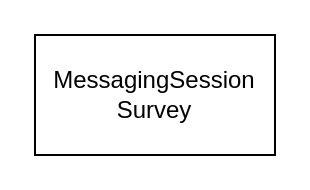
This is EPA WSP.drawio from nonate/personalProject, a draw.io file, before an edit. Source tidied: cells renumbered, new cells numbered last; positions are measured from the earlier drawing's top-left corner, leaving out a move shared by most shapes. Both pictures are drawn from the tidied source at 200%, with x=0, y=0 at pixel (34, 34).
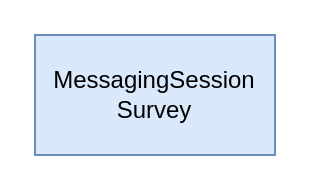
After the change.

What changed in the source:
```diff
@@
 <mxGraphModel>
   <root>
     <mxCell id="0" />
     <mxCell id="1" parent="0" />
-    <mxCell id="2" value="MessagingSession&lt;div&gt;Survey&lt;/div&gt;" style="rounded=0;whiteSpace=wrap;html=1;" parent="1" vertex="1">
+    <mxCell id="2" value="MessagingSession&lt;div&gt;Survey&lt;/div&gt;" style="rounded=0;whiteSpace=wrap;html=1;fillColor=#dae8fc;strokeColor=#6c8ebf;" parent="1" vertex="1">
       <mxGeometry width="120" height="60" as="geometry" />
     </mxCell>
   </root>
 </mxGraphModel>
```
